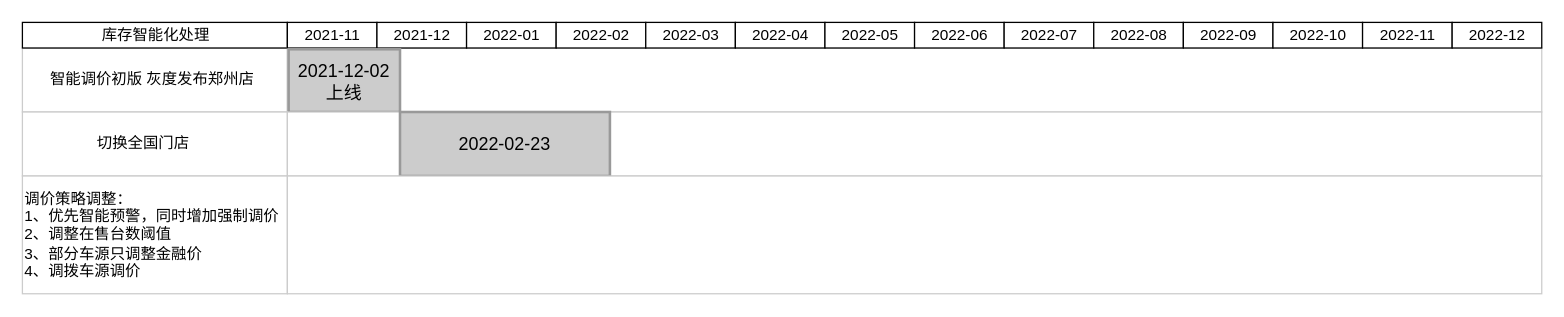
Before: auto_modify_price.drawio in mrlonely001/gittest, a draw.io diagram. Source tidied: cells renumbered, new cells numbered last; positions are measured from the earlier drawing's top-left corner, leaving out a move shared by most shapes. Both pictures are drawn from the tidied source at 128%, with x=0, y=0 at pixel (22, 22).
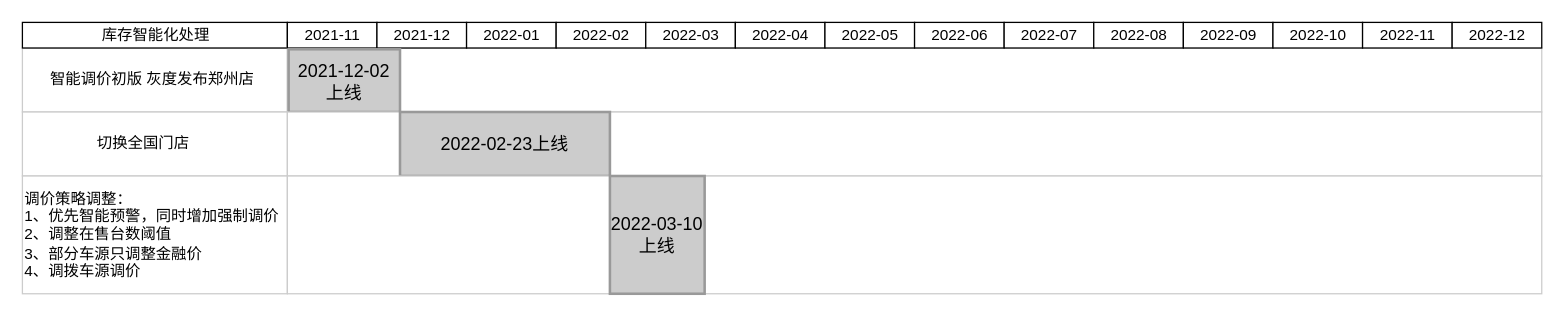
The same diagram, later.

The edit, as a diff of the source:
```diff
@@
-    <mxCell id="22" value="2022-02-23" style="whiteSpace=wrap;html=1;strokeWidth=2;fillColor=#CCCCCC;gradientColor=none;fontSize=14;align=center;strokeColor=#999999;" parent="1" vertex="1">
+    <mxCell id="22" value="2022-02-23上线" style="whiteSpace=wrap;html=1;strokeWidth=2;fillColor=#CCCCCC;gradientColor=none;fontSize=14;align=center;strokeColor=#999999;" parent="1" vertex="1">
       <mxGeometry x="295" y="70" width="164" height="50" as="geometry" />
     </mxCell>
@@
+    <mxCell id="25" value="2022-03-10上线" style="whiteSpace=wrap;html=1;strokeWidth=2;fillColor=#CCCCCC;gradientColor=none;fontSize=14;align=center;strokeColor=#999999;" parent="1" vertex="1">
+      <mxGeometry x="459" y="120" width="74" height="92" as="geometry" />
+    </mxCell>
```
